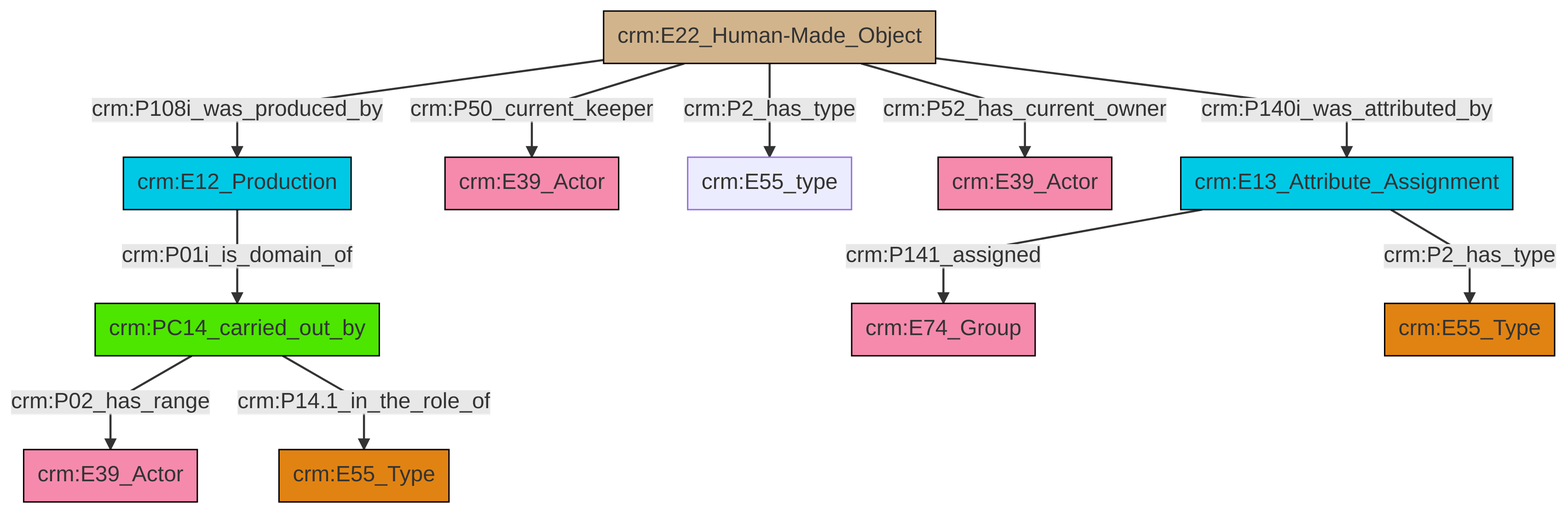
Above: et/artworkCSV/ttl/mmd/png/Artwork_Actor_Relations.png in swiss-art-research-net/docs.swissartresearch (Mermaid), before the change. Its source is kept beside it as et/artworkCSV/ttl/mmd/Artwork_Actor_Relations.ttl.mmd.
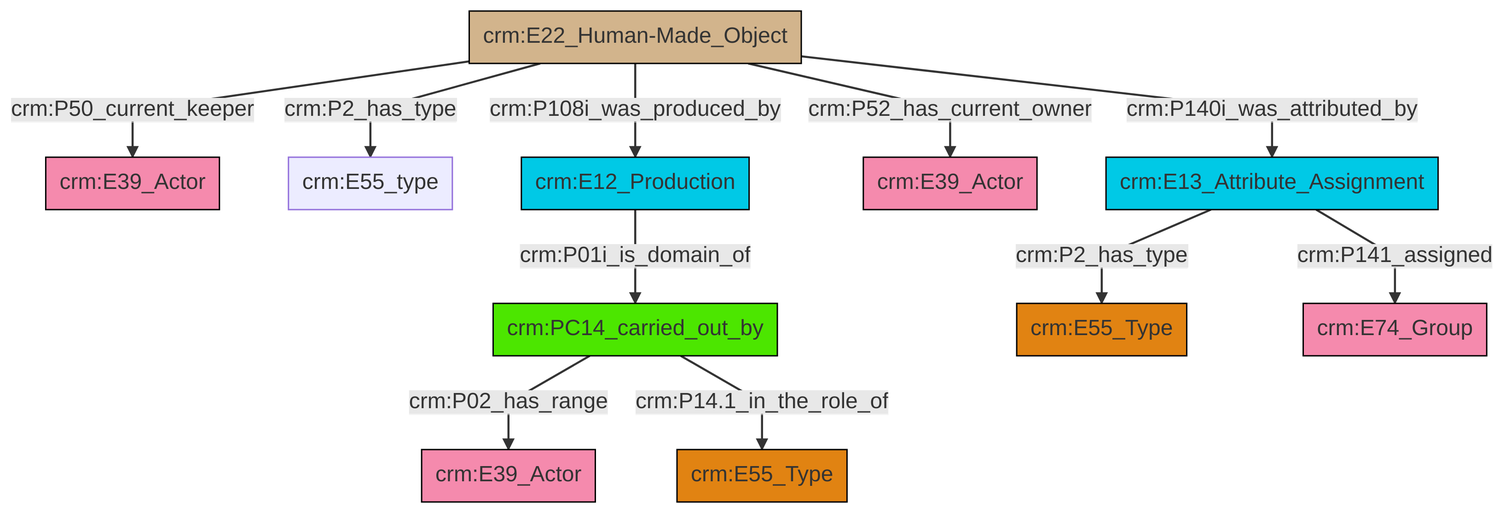
The same file after the commit.

Change to the diagram source:
```diff
@@ -13,13 +13,13 @@
 classDef PC_Classes fill:#4ce600, stroke:#000000;
 classDef Multi fill:#cccccc,stroke:#000000;
 
-2["crm:PC14_carried_out_by"]:::PC_Classes -->|crm:P02_has_range| 3["crm:E39_Actor"]:::Actor
-13["crm:E22_Human-Made_Object"]:::Physical_Thing -->|crm:P108i_was_produced_by| 0["crm:E12_Production"]:::Temporal_Entity
-13["crm:E22_Human-Made_Object"]:::Physical_Thing -->|crm:P2_has_type| 10["crm:E55_type"]:::Default
-2["crm:PC14_carried_out_by"]:::PC_Classes -->|crm:P14.1_in_the_role_of| 6["crm:E55_Type"]:::Type
-13["crm:E22_Human-Made_Object"]:::Physical_Thing -->|crm:P140i_was_attributed_by| 16["crm:E13_Attribute_Assignment"]:::Temporal_Entity
-13["crm:E22_Human-Made_Object"]:::Physical_Thing -->|crm:P50_current_keeper| 4["crm:E39_Actor"]:::Actor
-13["crm:E22_Human-Made_Object"]:::Physical_Thing -->|crm:P52_has_current_owner| 14["crm:E39_Actor"]:::Actor
-16["crm:E13_Attribute_Assignment"]:::Temporal_Entity -->|crm:P141_assigned| 8["crm:E74_Group"]:::Actor
-16["crm:E13_Attribute_Assignment"]:::Temporal_Entity -->|crm:P2_has_type| 19["crm:E55_Type"]:::Type
-0["crm:E12_Production"]:::Temporal_Entity -->|crm:P01i_is_domain_of| 2["crm:PC14_carried_out_by"]:::PC_Classes
+0["crm:PC14_carried_out_by"]:::PC_Classes -->|crm:P02_has_range| 2["crm:E39_Actor"]:::Actor
+7["crm:E22_Human-Made_Object"]:::Physical_Thing -->|crm:P2_has_type| 8["crm:E55_type"]:::Default
+7["crm:E22_Human-Made_Object"]:::Physical_Thing -->|crm:P52_has_current_owner| 12["crm:E39_Actor"]:::Actor
+14["crm:E12_Production"]:::Temporal_Entity -->|crm:P01i_is_domain_of| 0["crm:PC14_carried_out_by"]:::PC_Classes
+0["crm:PC14_carried_out_by"]:::PC_Classes -->|crm:P14.1_in_the_role_of| 3["crm:E55_Type"]:::Type
+7["crm:E22_Human-Made_Object"]:::Physical_Thing -->|crm:P140i_was_attributed_by| 10["crm:E13_Attribute_Assignment"]:::Temporal_Entity
+7["crm:E22_Human-Made_Object"]:::Physical_Thing -->|crm:P108i_was_produced_by| 14["crm:E12_Production"]:::Temporal_Entity
+10["crm:E13_Attribute_Assignment"]:::Temporal_Entity -->|crm:P2_has_type| 15["crm:E55_Type"]:::Type
+10["crm:E13_Attribute_Assignment"]:::Temporal_Entity -->|crm:P141_assigned| 19["crm:E74_Group"]:::Actor
+7["crm:E22_Human-Made_Object"]:::Physical_Thing -->|crm:P50_current_keeper| 5["crm:E39_Actor"]:::Actor
```
